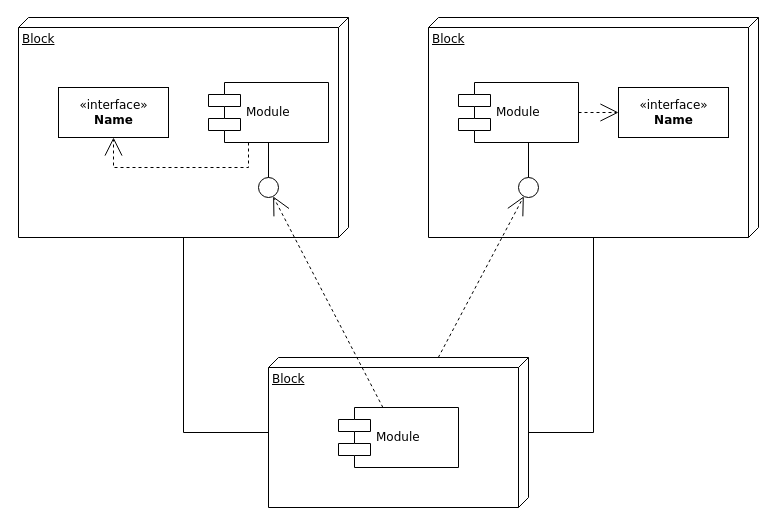
Above: Untitled Diagram.drawio in cyb3rlotus/cyb3rlotus (draw.io), before the change. Source tidied: cells renumbered, new cells numbered last; positions are measured from the earlier drawing's top-left corner, leaving out a move shared by most shapes. Both pictures are drawn from the tidied source at 100%, with x=0, y=0 at pixel (18, 17).
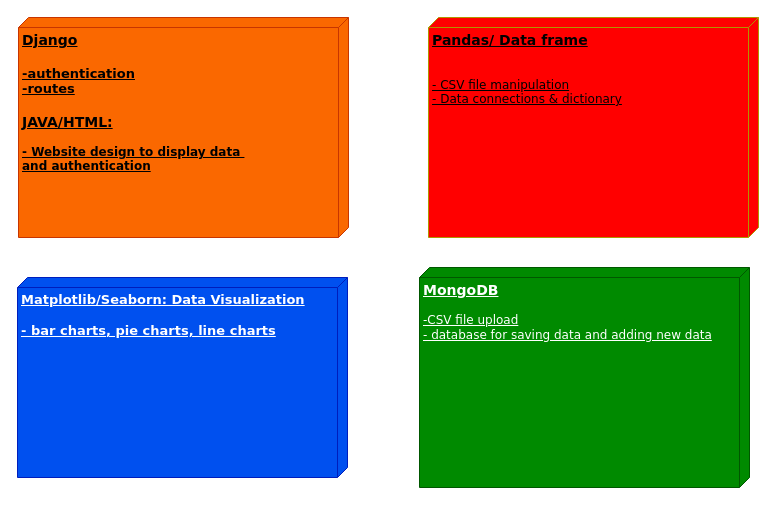
The same page after the edit.

Commit message (it also covers changes not shown here):
CS Metrics Web App

What changed in the source:
```diff
@@
-    <mxCell id="2" value="Block" style="verticalAlign=top;align=left;spacingTop=8;spacingLeft=2;spacingRight=12;shape=cube;size=10;direction=south;fontStyle=4;html=1;rounded=0;shadow=0;comic=0;labelBackgroundColor=none;strokeWidth=1;fontFamily=Verdana;fontSize=12;" parent="1" vertex="1">
+    <mxCell id="2" value="&lt;div&gt;&lt;b&gt;&lt;font style=&quot;font-size: 14px;&quot;&gt;Django&lt;/font&gt;&lt;/b&gt;&lt;/div&gt;&lt;div&gt;&lt;b&gt;&lt;font style=&quot;font-size: 14px;&quot;&gt;&lt;br&gt;&lt;/font&gt;&lt;/b&gt;&lt;/div&gt;&lt;div style=&quot;font-size: 13px;&quot;&gt;&lt;font style=&quot;font-size: 13px;&quot;&gt;&lt;b&gt;&lt;font style=&quot;font-size: 13px;&quot;&gt;-authentication&lt;/font&gt;&lt;/b&gt;&lt;/font&gt;&lt;/div&gt;&lt;div style=&quot;font-size: 13px;&quot;&gt;&lt;font style=&quot;font-size: 13px;&quot;&gt;&lt;b&gt;&lt;font style=&quot;font-size: 13px;&quot;&gt;-routes&lt;/font&gt;&lt;/b&gt;&lt;/font&gt;&lt;/div&gt;&lt;div&gt;&lt;b&gt;&lt;font style=&quot;font-size: 14px;&quot;&gt;&lt;br&gt;&lt;/font&gt;&lt;/b&gt;&lt;/div&gt;&lt;div&gt;&lt;b&gt;&lt;font style=&quot;font-size: 14px;&quot;&gt;JAVA/HTML:&lt;/font&gt;&lt;/b&gt;&lt;/div&gt;&lt;div style=&quot;&quot;&gt;&lt;font style=&quot;font-size: 12px;&quot;&gt;&lt;b&gt;&lt;font style=&quot;font-size: 12px;&quot;&gt;&lt;br&gt;&lt;/font&gt;&lt;/b&gt;&lt;/font&gt;&lt;/div&gt;&lt;div&gt;&lt;font style=&quot;font-size: 12px;&quot;&gt;&lt;b&gt;&lt;font style=&quot;font-size: 12px;&quot;&gt;- Website design to display data&amp;nbsp;&lt;/font&gt;&lt;/b&gt;&lt;/font&gt;&lt;/div&gt;&lt;div style=&quot;&quot;&gt;&lt;font style=&quot;font-size: 12px;&quot;&gt;&lt;b&gt;&lt;font style=&quot;font-size: 12px;&quot;&gt;and authentication&lt;/font&gt;&lt;font style=&quot;font-size: 12px;&quot;&gt;&lt;br&gt;&lt;/font&gt;&lt;/b&gt;&lt;/font&gt;&lt;/div&gt;" style="verticalAlign=top;align=left;spacingTop=8;spacingLeft=2;spacingRight=12;shape=cube;size=10;direction=south;fontStyle=4;html=1;rounded=0;shadow=0;comic=0;labelBackgroundColor=none;strokeWidth=1;fontFamily=Verdana;fontSize=12;fillColor=#fa6800;strokeColor=#C73500;fontColor=#000000;" parent="1" vertex="1">
       <mxGeometry width="330" height="220" as="geometry" />
     </mxCell>
-    <mxCell id="3" value="Block" style="verticalAlign=top;align=left;spacingTop=8;spacingLeft=2;spacingRight=12;shape=cube;size=10;direction=south;fontStyle=4;html=1;rounded=0;shadow=0;comic=0;labelBackgroundColor=none;strokeWidth=1;fontFamily=Verdana;fontSize=12;" parent="1" vertex="1">
+    <mxCell id="3" value="&lt;div&gt;&lt;b&gt;&lt;font style=&quot;font-size: 14px;&quot;&gt;Pandas/ Data frame&lt;/font&gt;&lt;/b&gt;&lt;/div&gt;&lt;div&gt;&lt;br&gt;&lt;/div&gt;&lt;div&gt;&lt;br&gt;&lt;/div&gt;&lt;div&gt;- CSV file manipulation&lt;/div&gt;&lt;div&gt;- Data connections &amp;amp; dictionary&lt;br&gt;&lt;/div&gt;" style="verticalAlign=top;align=left;spacingTop=8;spacingLeft=2;spacingRight=12;shape=cube;size=10;direction=south;fontStyle=4;html=1;rounded=0;shadow=0;comic=0;labelBackgroundColor=none;strokeWidth=1;fontFamily=Verdana;fontSize=12;fillColor=#FF0000;strokeColor=#B09500;fontColor=#000000;" parent="1" vertex="1">
       <mxGeometry x="410" width="330" height="220" as="geometry" />
     </mxCell>
-    <mxCell id="4" value="Block" style="verticalAlign=top;align=left;spacingTop=8;spacingLeft=2;spacingRight=12;shape=cube;size=10;direction=south;fontStyle=4;html=1;rounded=0;shadow=0;comic=0;labelBackgroundColor=none;strokeWidth=1;fontFamily=Verdana;fontSize=12;" parent="1" vertex="1">
-      <mxGeometry x="250" y="340" width="260" height="150" as="geometry" />
+    <mxCell id="4" value="&lt;div&gt;&lt;b&gt;&lt;font style=&quot;font-size: 13px;&quot;&gt;Matplotlib/Seaborn: Data Visualization&lt;/font&gt;&lt;/b&gt;&lt;/div&gt;&lt;div&gt;&lt;b&gt;&lt;font style=&quot;font-size: 13px;&quot;&gt;&lt;br&gt;&lt;/font&gt;&lt;/b&gt;&lt;/div&gt;&lt;div&gt;&lt;b&gt;&lt;font style=&quot;font-size: 13px;&quot;&gt;- bar charts, pie charts, line charts&lt;br&gt;&lt;/font&gt;&lt;/b&gt;&lt;/div&gt;" style="verticalAlign=top;align=left;spacingTop=8;spacingLeft=2;spacingRight=12;shape=cube;size=10;direction=south;fontStyle=4;html=1;rounded=0;shadow=0;comic=0;labelBackgroundColor=none;strokeWidth=1;fontFamily=Verdana;fontSize=12;fillColor=#0050ef;fontColor=#ffffff;strokeColor=#001DBC;" parent="1" vertex="1">
+      <mxGeometry x="-1" y="260" width="330" height="200" as="geometry" />
     </mxCell>
-    <mxCell id="5" value="&amp;laquo;interface&amp;raquo;&lt;br&gt;&lt;b&gt;Name&lt;/b&gt;" style="html=1;rounded=0;shadow=0;comic=0;labelBackgroundColor=none;strokeWidth=1;fontFamily=Verdana;fontSize=12;align=center;" parent="1" vertex="1">
-      <mxGeometry x="40" y="70" width="110" height="50" as="geometry" />
-    </mxCell>
-    <mxCell id="6" value="Module" style="shape=component;align=left;spacingLeft=36;rounded=0;shadow=0;comic=0;labelBackgroundColor=none;strokeWidth=1;fontFamily=Verdana;fontSize=12;html=1;" parent="1" vertex="1">
-      <mxGeometry x="190" y="65" width="120" height="60" as="geometry" />
-    </mxCell>
-    <mxCell id="7" style="ellipse;whiteSpace=wrap;html=1;rounded=0;shadow=0;comic=0;labelBackgroundColor=none;strokeWidth=1;fontFamily=Verdana;fontSize=12;align=center;" parent="1" vertex="1">
-      <mxGeometry x="240" y="160" width="20" height="20" as="geometry" />
-    </mxCell>
-    <mxCell id="8" value="Module" style="shape=component;align=left;spacingLeft=36;rounded=0;shadow=0;comic=0;labelBackgroundColor=none;strokeWidth=1;fontFamily=Verdana;fontSize=12;html=1;" parent="1" vertex="1">
-      <mxGeometry x="440" y="65" width="120" height="60" as="geometry" />
-    </mxCell>
-    <mxCell id="9" value="&amp;laquo;interface&amp;raquo;&lt;br&gt;&lt;b&gt;Name&lt;/b&gt;" style="html=1;rounded=0;shadow=0;comic=0;labelBackgroundColor=none;strokeWidth=1;fontFamily=Verdana;fontSize=12;align=center;" parent="1" vertex="1">
-      <mxGeometry x="600" y="70" width="110" height="50" as="geometry" />
-    </mxCell>
-    <mxCell id="10" style="ellipse;whiteSpace=wrap;html=1;rounded=0;shadow=0;comic=0;labelBackgroundColor=none;strokeWidth=1;fontFamily=Verdana;fontSize=12;align=center;" parent="1" vertex="1">
-      <mxGeometry x="500" y="160" width="20" height="20" as="geometry" />
-    </mxCell>
-    <mxCell id="11" value="Module" style="shape=component;align=left;spacingLeft=36;rounded=0;shadow=0;comic=0;labelBackgroundColor=none;strokeWidth=1;fontFamily=Verdana;fontSize=12;html=1;" parent="1" vertex="1">
-      <mxGeometry x="320" y="390" width="120" height="60" as="geometry" />
-    </mxCell>
-    <mxCell id="12" style="edgeStyle=none;rounded=0;html=1;dashed=1;labelBackgroundColor=none;startArrow=none;startFill=0;startSize=8;endArrow=open;endFill=0;endSize=16;fontFamily=Verdana;fontSize=12;" parent="1" edge="1" source="11" target="7">
-      <mxGeometry relative="1" as="geometry" />
-    </mxCell>
-    <mxCell id="13" style="edgeStyle=none;rounded=0;html=1;dashed=1;labelBackgroundColor=none;startArrow=none;startFill=0;startSize=8;endArrow=open;endFill=0;endSize=16;fontFamily=Verdana;fontSize=12;" parent="1" edge="1" source="4" target="10">
-      <mxGeometry relative="1" as="geometry" />
-    </mxCell>
-    <mxCell id="14" style="edgeStyle=elbowEdgeStyle;rounded=0;html=1;labelBackgroundColor=none;startArrow=none;startFill=0;startSize=8;endArrow=none;endFill=0;endSize=16;fontFamily=Verdana;fontSize=12;" parent="1" edge="1" source="10" target="8">
-      <mxGeometry relative="1" as="geometry" />
-    </mxCell>
-    <mxCell id="15" style="edgeStyle=elbowEdgeStyle;rounded=0;html=1;labelBackgroundColor=none;startArrow=none;startFill=0;startSize=8;endArrow=none;endFill=0;endSize=16;fontFamily=Verdana;fontSize=12;" parent="1" edge="1" source="7" target="6">
-      <mxGeometry relative="1" as="geometry" />
-    </mxCell>
-    <mxCell id="16" style="edgeStyle=orthogonalEdgeStyle;rounded=0;html=1;labelBackgroundColor=none;startArrow=none;startFill=0;startSize=8;endArrow=open;endFill=0;endSize=16;fontFamily=Verdana;fontSize=12;dashed=1;" parent="1" edge="1" source="6" target="5">
-      <mxGeometry relative="1" as="geometry">
-        <Array as="points">
-          <mxPoint x="230" y="150" />
-          <mxPoint x="95" y="150" />
-        </Array>
-      </mxGeometry>
-    </mxCell>
-    <mxCell id="17" style="edgeStyle=orthogonalEdgeStyle;rounded=0;html=1;dashed=1;labelBackgroundColor=none;startArrow=none;startFill=0;startSize=8;endArrow=open;endFill=0;endSize=16;fontFamily=Verdana;fontSize=12;" parent="1" edge="1" source="8" target="9">
-      <mxGeometry relative="1" as="geometry" />
-    </mxCell>
-    <mxCell id="18" style="edgeStyle=orthogonalEdgeStyle;rounded=0;html=1;labelBackgroundColor=none;startArrow=none;startFill=0;startSize=8;endArrow=none;endFill=0;endSize=16;fontFamily=Verdana;fontSize=12;" parent="1" edge="1" source="4" target="3">
-      <mxGeometry relative="1" as="geometry">
-        <Array as="points">
-          <mxPoint x="575" y="415" />
-        </Array>
-      </mxGeometry>
-    </mxCell>
-    <mxCell id="19" style="edgeStyle=orthogonalEdgeStyle;rounded=0;html=1;labelBackgroundColor=none;startArrow=none;startFill=0;startSize=8;endArrow=none;endFill=0;endSize=16;fontFamily=Verdana;fontSize=12;" parent="1" edge="1" source="4" target="2">
-      <mxGeometry relative="1" as="geometry">
-        <Array as="points">
-          <mxPoint x="165" y="415" />
-        </Array>
-      </mxGeometry>
-    </mxCell>
+    <mxCell id="20" value="&lt;div&gt;&lt;b&gt;&lt;font style=&quot;font-size: 14px;&quot;&gt;MongoDB&lt;/font&gt;&lt;/b&gt;&lt;/div&gt;&lt;div&gt;&lt;br&gt;&lt;/div&gt;&lt;div&gt;-CSV file upload&lt;/div&gt;&lt;div&gt;- database for saving data and adding new data&lt;br&gt;&lt;/div&gt;" style="verticalAlign=top;align=left;spacingTop=8;spacingLeft=2;spacingRight=12;shape=cube;size=10;direction=south;fontStyle=4;html=1;rounded=0;shadow=0;comic=0;labelBackgroundColor=none;strokeWidth=1;fontFamily=Verdana;fontSize=12;fillColor=#008a00;strokeColor=#005700;fontColor=#ffffff;" parent="1" vertex="1">
+      <mxGeometry x="401" y="250" width="330" height="220" as="geometry" />
+    </mxCell>
```
